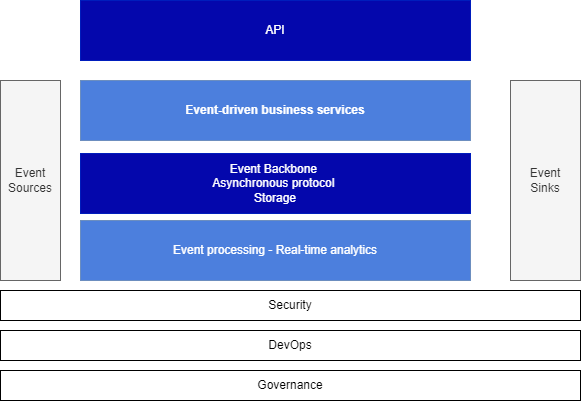
Earlier version of the draw.io export docs/concepts/diagrams/eda-hl.drawio.png (jbcodeforce/eda-studies). Source tidied: cells renumbered, new cells last; positions are measured from the earlier drawing's top-left corner, leaving out a move shared by most shapes.
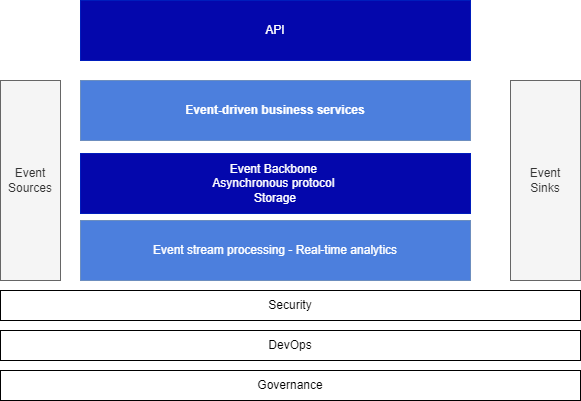
After the commit.

Change to the diagram source:
```diff
@@ -17,7 +17,7 @@
     <mxCell id="6" value="Event &lt;br&gt;Sinks" style="rounded=0;whiteSpace=wrap;html=1;fillColor=#f5f5f5;fontColor=#333333;strokeColor=#666666;" parent="1" vertex="1">
       <mxGeometry x="510" y="80" width="70" height="200" as="geometry" />
     </mxCell>
-    <mxCell id="7" value="Event processing - Real-time analytics" style="rounded=0;whiteSpace=wrap;html=1;fillColor=#4C7FDD;strokeColor=#6c8ebf;fontColor=#FFFFFF;" parent="1" vertex="1">
+    <mxCell id="7" value="Event stream processing - Real-time analytics" style="rounded=0;whiteSpace=wrap;html=1;fillColor=#4C7FDD;strokeColor=#6c8ebf;fontColor=#FFFFFF;" parent="1" vertex="1">
       <mxGeometry x="80" y="220" width="390" height="60" as="geometry" />
     </mxCell>
     <mxCell id="8" value="Security" style="rounded=0;whiteSpace=wrap;html=1;" parent="1" vertex="1">
```
